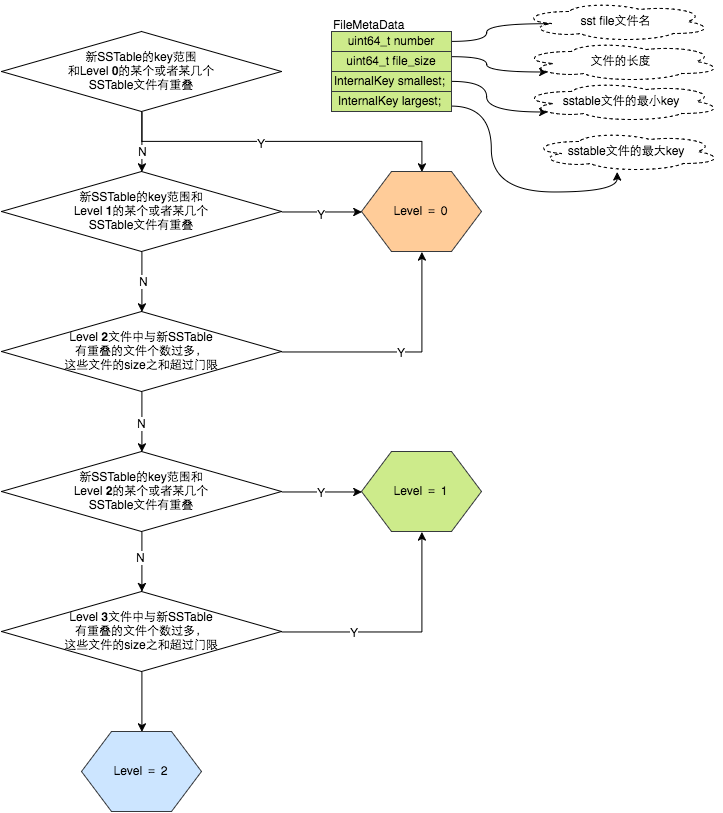
The draw.io diagram assets/LevelDB/PickLevelForMemTableOutput.png in Bean-Li/Bean-Li.github.io, before a commit. Source tidied: cells renumbered, new cells last; positions are measured from the earlier drawing's top-left corner, leaving out a move shared by most shapes. The source it was exported from:
```xml
<mxGraphModel background="#ffffff">
  <root>
    <mxCell id="0" />
    <mxCell id="1" parent="0" />
    <mxCell id="2" style="edgeStyle=orthogonalEdgeStyle;rounded=0;html=1;exitX=0.5;exitY=1;entryX=0.5;entryY=0;jettySize=auto;" parent="1" edge="1" source="6" target="7">
      <mxGeometry relative="1" as="geometry" />
    </mxCell>
    <mxCell id="3" value="Y" style="text;html=1;align=center;verticalAlign=middle;labelBackgroundColor=#ffffff;" parent="2" vertex="1">
      <mxGeometry x="-0.13" y="-1" relative="1" as="geometry">
        <mxPoint y="1" as="offset" />
      </mxGeometry>
    </mxCell>
    <mxCell id="4" style="edgeStyle=none;rounded=0;html=1;exitX=0.5;exitY=1;entryX=0.5;entryY=0;jettySize=auto;" parent="1" edge="1" source="6" target="12">
      <mxGeometry relative="1" as="geometry" />
    </mxCell>
    <mxCell id="5" value="N" style="text;html=1;align=center;verticalAlign=middle;labelBackgroundColor=#ffffff;" parent="4" vertex="1">
      <mxGeometry x="0.3" relative="1" as="geometry" />
    </mxCell>
    <mxCell id="6" value="新SSTable的key范围&lt;div&gt;和Level &lt;b&gt;0&lt;/b&gt;的某个或者某几个&lt;div&gt;SSTable文件有重叠&lt;/div&gt;&lt;/div&gt;" style="rhombus;whiteSpace=wrap;html=1;" parent="1" vertex="1">
      <mxGeometry y="30" width="280" height="80" as="geometry" />
    </mxCell>
    <mxCell id="7" value="Level ＝ 0" style="shape=hexagon;perimeter=hexagonPerimeter;whiteSpace=wrap;html=1;fillColor=#ffcc99;strokeColor=#36393d;" parent="1" vertex="1">
      <mxGeometry x="360" y="170" width="120" height="80" as="geometry" />
    </mxCell>
    <mxCell id="8" style="edgeStyle=none;rounded=0;html=1;exitX=1;exitY=0.5;entryX=0;entryY=0.5;jettySize=auto;" parent="1" edge="1" source="12" target="7">
      <mxGeometry relative="1" as="geometry" />
    </mxCell>
    <mxCell id="9" value="Y" style="text;html=1;align=center;verticalAlign=middle;labelBackgroundColor=#ffffff;" parent="8" vertex="1">
      <mxGeometry x="-0.06" y="-2" relative="1" as="geometry">
        <mxPoint x="1" as="offset" />
      </mxGeometry>
    </mxCell>
    <mxCell id="10" style="edgeStyle=orthogonalEdgeStyle;rounded=0;html=1;exitX=0.5;exitY=1;entryX=0.5;entryY=0;jettySize=auto;" parent="1" edge="1" source="12" target="15">
      <mxGeometry relative="1" as="geometry" />
    </mxCell>
    <mxCell id="11" value="N" style="text;html=1;align=center;verticalAlign=middle;labelBackgroundColor=#ffffff;" parent="10" vertex="1">
      <mxGeometry x="-0.04" y="1" relative="1" as="geometry" />
    </mxCell>
    <mxCell id="12" value="新SSTable的key范围&lt;span&gt;和&lt;/span&gt;&lt;div&gt;&lt;div&gt;Level &lt;b&gt;1&lt;/b&gt;的某个或者某几个&lt;/div&gt;&lt;div&gt;SSTable文件有重叠&lt;/div&gt;&lt;/div&gt;" style="rhombus;whiteSpace=wrap;html=1;" parent="1" vertex="1">
      <mxGeometry y="170" width="280" height="80" as="geometry" />
    </mxCell>
    <mxCell id="13" value="Y" style="edgeStyle=orthogonalEdgeStyle;rounded=0;html=1;exitX=1;exitY=0.5;entryX=0.5;entryY=1;jettySize=auto;" parent="1" edge="1" source="15" target="7">
      <mxGeometry relative="1" as="geometry" />
    </mxCell>
    <mxCell id="14" value="N" style="edgeStyle=none;rounded=0;html=1;exitX=0.5;exitY=1;entryX=0.5;entryY=0;jettySize=auto;" parent="1" edge="1" source="15" target="19">
      <mxGeometry relative="1" as="geometry" />
    </mxCell>
    <mxCell id="15" value="Level &lt;b&gt;2&lt;/b&gt;文件中与新SSTable&lt;div&gt;&lt;span&gt;有重叠&lt;/span&gt;&lt;span&gt;的文件个数过多，&lt;/span&gt;&lt;/div&gt;&lt;div&gt;&lt;span&gt;这些文件的&lt;/span&gt;&lt;span&gt;size之和超过门限&lt;/span&gt;&lt;/div&gt;" style="rhombus;whiteSpace=wrap;html=1;" parent="1" vertex="1">
      <mxGeometry y="310" width="280" height="80" as="geometry" />
    </mxCell>
    <mxCell id="16" value="Y" style="edgeStyle=none;rounded=0;html=1;exitX=1;exitY=0.5;entryX=0;entryY=0.5;jettySize=auto;" parent="1" edge="1" source="19" target="20">
      <mxGeometry relative="1" as="geometry" />
    </mxCell>
    <mxCell id="17" style="rounded=0;html=1;exitX=0.5;exitY=1;jettySize=auto;edgeStyle=orthogonalEdgeStyle;" parent="1" edge="1" source="19" target="24">
      <mxGeometry relative="1" as="geometry" />
    </mxCell>
    <mxCell id="18" value="N" style="text;html=1;align=center;verticalAlign=middle;labelBackgroundColor=#ffffff;" parent="17" vertex="1">
      <mxGeometry x="-0.18" y="-2" relative="1" as="geometry" />
    </mxCell>
    <mxCell id="19" value="新SSTable的key范围和&lt;div&gt;&lt;div&gt;Level &lt;b&gt;2&lt;/b&gt;的某个或者某几个&lt;/div&gt;&lt;div&gt;SSTable文件有重叠&lt;/div&gt;&lt;/div&gt;" style="rhombus;whiteSpace=wrap;html=1;" parent="1" vertex="1">
      <mxGeometry y="450" width="280" height="80" as="geometry" />
    </mxCell>
    <mxCell id="20" value="Level ＝ 1" style="shape=hexagon;perimeter=hexagonPerimeter;whiteSpace=wrap;html=1;fillColor=#cdeb8b;strokeColor=#36393d;" parent="1" vertex="1">
      <mxGeometry x="360" y="450" width="120" height="80" as="geometry" />
    </mxCell>
    <mxCell id="21" style="edgeStyle=orthogonalEdgeStyle;rounded=0;html=1;exitX=1;exitY=0.5;entryX=0.5;entryY=1;jettySize=auto;" parent="1" edge="1" source="24" target="20">
      <mxGeometry relative="1" as="geometry" />
    </mxCell>
    <mxCell id="22" value="Y" style="text;html=1;align=center;verticalAlign=middle;labelBackgroundColor=#ffffff;" parent="21" vertex="1">
      <mxGeometry x="-0.4" relative="1" as="geometry" />
    </mxCell>
    <mxCell id="23" style="edgeStyle=none;rounded=0;html=1;exitX=0.5;exitY=1;entryX=0.5;entryY=0;jettySize=auto;" parent="1" edge="1" source="24" target="25">
      <mxGeometry relative="1" as="geometry" />
    </mxCell>
    <mxCell id="24" value="Level &lt;b&gt;3&lt;/b&gt;文件中与新SSTable&lt;div&gt;有重叠&lt;span&gt;的文件个数过多，&lt;/span&gt;&lt;/div&gt;&lt;div&gt;&lt;span&gt;这些文件的&lt;/span&gt;&lt;span&gt;size之和超过门限&lt;/span&gt;&lt;/div&gt;" style="rhombus;whiteSpace=wrap;html=1;" parent="1" vertex="1">
      <mxGeometry y="590" width="280" height="80" as="geometry" />
    </mxCell>
    <mxCell id="25" value="Level ＝ 2" style="shape=hexagon;perimeter=hexagonPerimeter;whiteSpace=wrap;html=1;fillColor=#cce5ff;strokeColor=#36393d;" parent="1" vertex="1">
      <mxGeometry x="80" y="730" width="120" height="80" as="geometry" />
    </mxCell>
    <mxCell id="26" style="edgeStyle=orthogonalEdgeStyle;curved=1;rounded=0;html=1;exitX=1;exitY=0.5;entryX=0.16;entryY=0.55;entryPerimeter=0;jettySize=auto;" parent="1" edge="1" source="27" target="35">
      <mxGeometry relative="1" as="geometry" />
    </mxCell>
    <mxCell id="27" value="uint64_t number" style="whiteSpace=wrap;html=1;fillColor=#cdeb8b;strokeColor=#36393d;" parent="1" vertex="1">
      <mxGeometry x="330" y="30" width="120" height="20" as="geometry" />
    </mxCell>
    <mxCell id="28" style="edgeStyle=orthogonalEdgeStyle;curved=1;rounded=0;html=1;exitX=1;exitY=0.25;entryX=0.13;entryY=0.77;entryPerimeter=0;jettySize=auto;" parent="1" edge="1" source="29" target="36">
      <mxGeometry relative="1" as="geometry" />
    </mxCell>
    <mxCell id="29" value="uint64_t file_size" style="whiteSpace=wrap;html=1;fillColor=#cdeb8b;strokeColor=#36393d;" parent="1" vertex="1">
      <mxGeometry x="330" y="50" width="120" height="20" as="geometry" />
    </mxCell>
    <mxCell id="30" style="edgeStyle=orthogonalEdgeStyle;curved=1;rounded=0;html=1;exitX=1;exitY=0.5;entryX=0.13;entryY=0.77;entryPerimeter=0;jettySize=auto;" parent="1" edge="1" source="31" target="37">
      <mxGeometry relative="1" as="geometry" />
    </mxCell>
    <mxCell id="31" value="InternalKey smallest;&amp;nbsp;" style="whiteSpace=wrap;html=1;fillColor=#cdeb8b;strokeColor=#36393d;" parent="1" vertex="1">
      <mxGeometry x="330" y="70" width="120" height="20" as="geometry" />
    </mxCell>
    <mxCell id="32" style="edgeStyle=orthogonalEdgeStyle;curved=1;rounded=0;html=1;exitX=1;exitY=0.75;entryX=0.453;entryY=1;entryPerimeter=0;jettySize=auto;" parent="1" edge="1" source="33" target="38">
      <mxGeometry relative="1" as="geometry" />
    </mxCell>
    <mxCell id="33" value="InternalKey largest;&amp;nbsp;" style="whiteSpace=wrap;html=1;fillColor=#cdeb8b;strokeColor=#36393d;" parent="1" vertex="1">
      <mxGeometry x="330" y="90" width="120" height="20" as="geometry" />
    </mxCell>
    <mxCell id="34" value="FileMetaData" style="text;html=1;" parent="1" vertex="1">
      <mxGeometry x="330" y="10" width="120" height="20" as="geometry" />
    </mxCell>
    <mxCell id="35" value="sst file文件名" style="ellipse;shape=cloud;whiteSpace=wrap;html=1;dashed=1;" parent="1" vertex="1">
      <mxGeometry x="520" width="190" height="40" as="geometry" />
    </mxCell>
    <mxCell id="36" value="文件的长度" style="ellipse;shape=cloud;whiteSpace=wrap;html=1;dashed=1;" parent="1" vertex="1">
      <mxGeometry x="520" y="40" width="200" height="40" as="geometry" />
    </mxCell>
    <mxCell id="37" value="sstable文件的最小key" style="ellipse;shape=cloud;whiteSpace=wrap;html=1;dashed=1;" parent="1" vertex="1">
      <mxGeometry x="520" y="80" width="200" height="40" as="geometry" />
    </mxCell>
    <mxCell id="38" value="sstable文件的最大key" style="ellipse;shape=cloud;whiteSpace=wrap;html=1;dashed=1;" parent="1" vertex="1">
      <mxGeometry x="530" y="130" width="190" height="40" as="geometry" />
    </mxCell>
  </root>
</mxGraphModel>
```
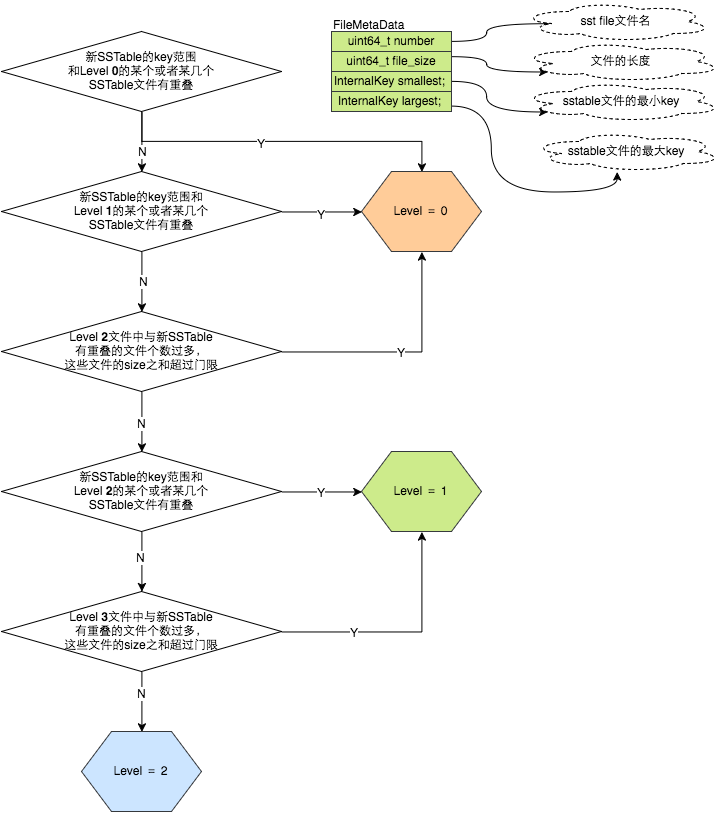
The same diagram one commit later.

Commit message:
Fix leveldb compaction (1)

The edit, as a diff of the source:
```diff
@@ -72,6 +72,9 @@
     <mxCell id="23" style="edgeStyle=none;rounded=0;html=1;exitX=0.5;exitY=1;entryX=0.5;entryY=0;jettySize=auto;" parent="1" edge="1" source="24" target="25">
       <mxGeometry relative="1" as="geometry" />
     </mxCell>
+    <mxCell id="39" value="N" style="text;html=1;align=center;verticalAlign=middle;labelBackgroundColor=#ffffff;" parent="23" vertex="1">
+      <mxGeometry x="-0.29" y="-1" relative="1" as="geometry" />
+    </mxCell>
     <mxCell id="24" value="Level &lt;b&gt;3&lt;/b&gt;文件中与新SSTable&lt;div&gt;有重叠&lt;span&gt;的文件个数过多，&lt;/span&gt;&lt;/div&gt;&lt;div&gt;&lt;span&gt;这些文件的&lt;/span&gt;&lt;span&gt;size之和超过门限&lt;/span&gt;&lt;/div&gt;" style="rhombus;whiteSpace=wrap;html=1;" parent="1" vertex="1">
       <mxGeometry y="590" width="280" height="80" as="geometry" />
     </mxCell>
```
